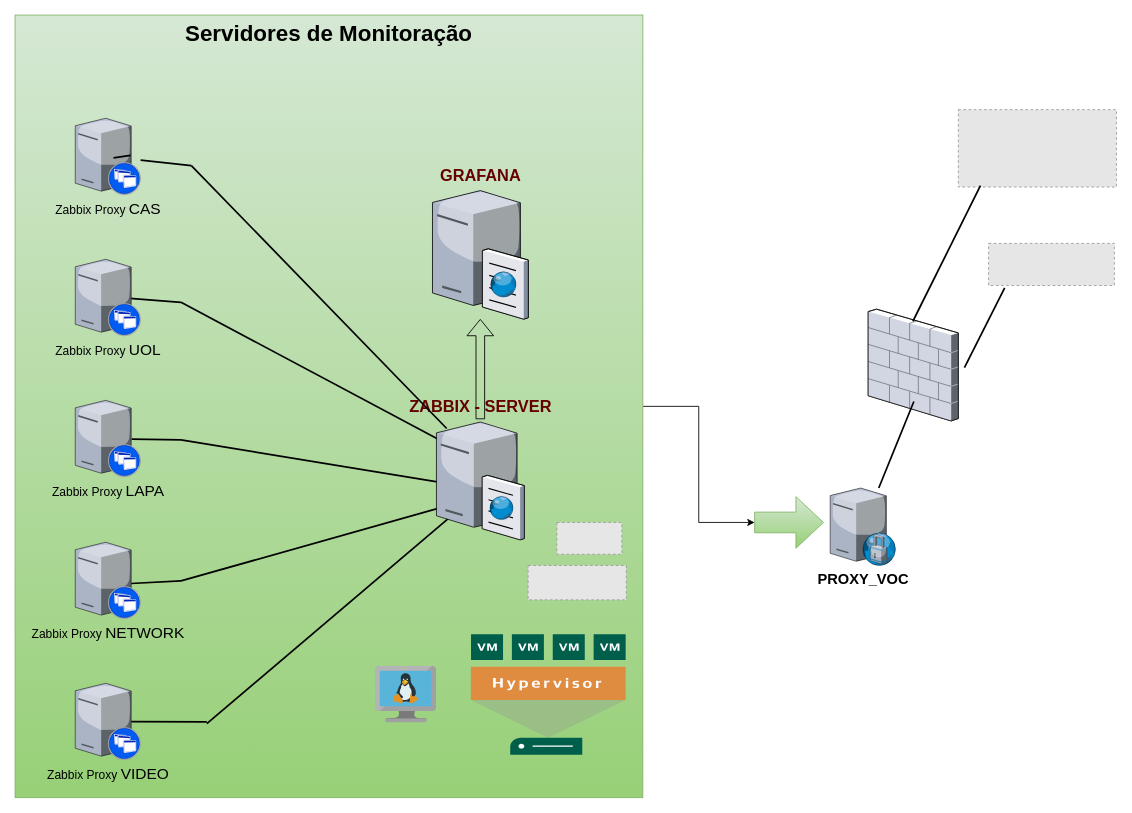
The draw.io diagram Diagrama_Monitoração.drawio in eloyx3x/Diagramas, before the edit. Source tidied: cells renumbered, new cells numbered last; positions are measured from the earlier drawing's top-left corner, leaving out a move shared by most shapes. Both pictures are drawn from the tidied source at 86%, with x=0, y=0 at pixel (15, 15). Pictures stored in the file or linked from it are replaced by grey dashed boxes.
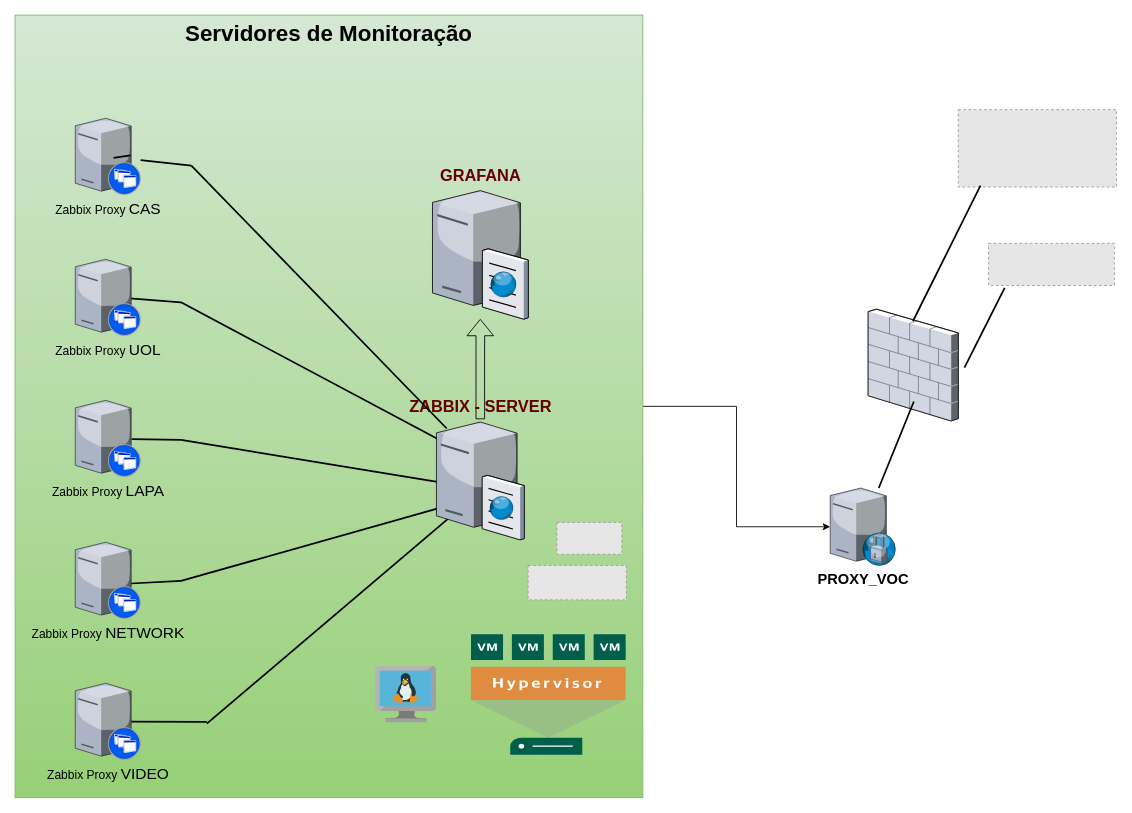
The same page after the edit.

Unchanged cells that the change refers to:
```xml
<mxCell id="3" value="&lt;b&gt;&lt;font style=&quot;font-size: 26px;&quot;&gt;Servidores de Monitoração&lt;br&gt;&lt;/font&gt;&lt;/b&gt;" style="whiteSpace=wrap;html=1;fontSize=14;strokeColor=#82b366;verticalAlign=top;labelBackgroundColor=none;fillColor=#d5e8d4;gradientColor=#97d077;" parent="1" vertex="1">
  <mxGeometry width="730" height="910" as="geometry" />
</mxCell>
<mxCell id="23" value="PROXY_VOC" style="verticalLabelPosition=bottom;sketch=0;html=1;verticalAlign=top;strokeColor=none;align=center;outlineConnect=0;shape=mxgraph.citrix.proxy_server;fontSize=17;fontStyle=1;" parent="1" vertex="1">
  <mxGeometry x="947.8" y="550" width="76.5" height="90" as="geometry" />
</mxCell>
```

The edit, as a diff of the source:
```diff
@@
-    <mxCell id="2" style="edgeStyle=orthogonalEdgeStyle;rounded=0;jettySize=auto;html=1;" parent="1" edge="1" source="3" target="34">
+    <mxCell id="2" style="edgeStyle=orthogonalEdgeStyle;rounded=0;jettySize=auto;html=1;" parent="1" edge="1" source="3" target="23">
       <mxGeometry relative="1" as="geometry" />
     </mxCell>
@@
-    <mxCell id="34" style="shape=singleArrow;whiteSpace=wrap;html=1;arrowWidth=0.4;arrowSize=0.4;fontSize=14;verticalAlign=top;fillColor=#d5e8d4;strokeColor=#82b366;labelBackgroundColor=none;gradientColor=#97d077;" parent="1" vertex="1">
-      <mxGeometry x="860" y="560" width="80" height="60" as="geometry" />
-    </mxCell>
```
